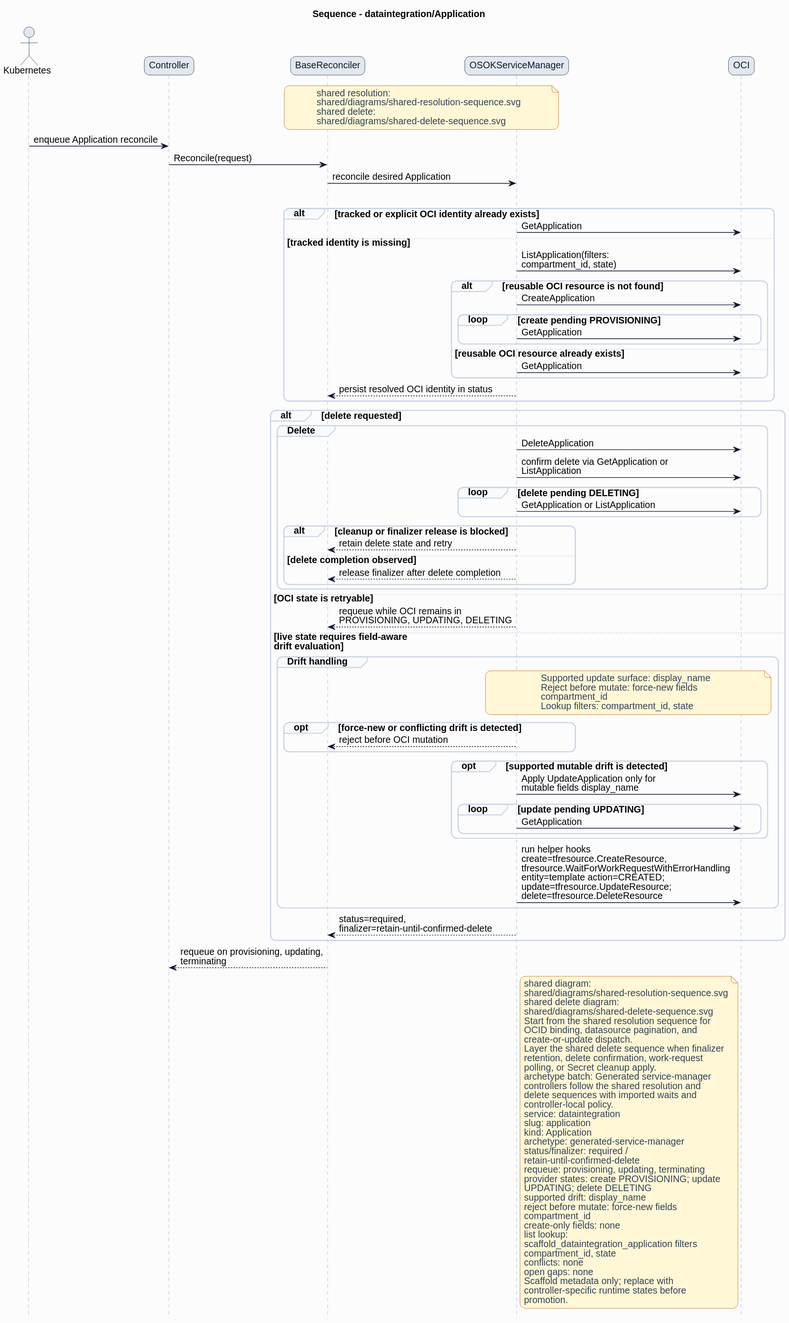
Above: formal/controllers/dataintegration/application/diagrams/sequence.svg in HaoyL666/oci-service-operator (PlantUML), before the change. Source of this version:
```plantuml
@startuml
skinparam shadowing false
skinparam backgroundColor #fcfcfd
skinparam defaultFontName Helvetica
skinparam defaultFontSize 14
skinparam arrowColor #0f172a
skinparam noteBackgroundColor #fff7d6
skinparam noteBorderColor #b45309
skinparam noteFontColor #334155
skinparam roundcorner 16
title Sequence - dataintegration/Application
hide footbox
skinparam sequence {
  actorBorderColor #0f172a
  actorBackgroundColor #e2e8f0
  participantBorderColor #0f172a
  participantBackgroundColor #e2e8f0
  participantFontColor #0f172a
  lifeLineBorderColor #94a3b8
  groupBorderColor #cbd5e1
  groupBackgroundColor #f8fafc
}
actor Kubernetes
participant Controller
participant BaseReconciler
participant "OSOKServiceManager" as ServiceManager
participant OCI
note over BaseReconciler,ServiceManager
shared resolution:
shared/diagrams/shared-resolution-sequence.svg
shared delete:
shared/diagrams/shared-delete-sequence.svg
end note
Kubernetes -> Controller: enqueue Application reconcile
Controller -> BaseReconciler: Reconcile(request)
BaseReconciler -> ServiceManager: reconcile desired Application
group Lookup and bind
alt tracked or explicit OCI identity already exists
ServiceManager -> OCI: GetApplication
else tracked identity is missing
ServiceManager -> OCI: ListApplication(filters:\ncompartment_id, state)
alt reusable OCI resource is not found
ServiceManager -> OCI: CreateApplication
loop create pending PROVISIONING
ServiceManager -> OCI: GetApplication
end
else reusable OCI resource already exists
ServiceManager -> OCI: GetApplication
end
ServiceManager --> BaseReconciler: persist resolved OCI identity in status
end
alt delete requested
group Delete
ServiceManager -> OCI: DeleteApplication
ServiceManager -> OCI: confirm delete via GetApplication or\nListApplication
loop delete pending DELETING
ServiceManager -> OCI: GetApplication or ListApplication
end
alt cleanup or finalizer release is blocked
ServiceManager --> BaseReconciler: retain delete state and retry
else delete completion observed
ServiceManager --> BaseReconciler: release finalizer after delete completion
end
end
else OCI state is retryable
ServiceManager --> BaseReconciler: requeue while OCI remains in\nPROVISIONING, UPDATING, DELETING
else live state requires field-aware\ndrift evaluation
group Drift handling
note over ServiceManager,OCI
Supported update surface: display_name
Reject before mutate: force-new fields
compartment_id
Lookup filters: compartment_id, state
end note
opt force-new or conflicting drift is detected
ServiceManager --> BaseReconciler: reject before OCI mutation
end
opt supported mutable drift is detected
ServiceManager -> OCI: Apply UpdateApplication only for\nmutable fields display_name
loop update pending UPDATING
ServiceManager -> OCI: GetApplication
end
end
ServiceManager -> OCI: run helper hooks\ncreate=tfresource.CreateResource,\ntfresource.WaitForWorkRequestWithErrorHandling\nentity=template action=CREATED;\nupdate=tfresource.UpdateResource;\ndelete=tfresource.DeleteResource
end
ServiceManager --> BaseReconciler: status=required,\nfinalizer=retain-until-confirmed-delete
end
BaseReconciler --> Controller: requeue on provisioning, updating,\nterminating
note right of ServiceManager
shared diagram:
shared/diagrams/shared-resolution-sequence.svg
shared delete diagram:
shared/diagrams/shared-delete-sequence.svg
Start from the shared resolution sequence for
OCID binding, datasource pagination, and
create-or-update dispatch.
Layer the shared delete sequence when finalizer
retention, delete confirmation, work-request
polling, or Secret cleanup apply.
archetype batch: Generated service-manager
controllers follow the shared resolution and
delete sequences with imported waits and
controller-local policy.
service: dataintegration
slug: application
kind: Application
archetype: generated-service-manager
status/finalizer: required /
retain-until-confirmed-delete
requeue: provisioning, updating, terminating
provider states: create PROVISIONING; update
UPDATING; delete DELETING
supported drift: display_name
reject before mutate: force-new fields
compartment_id
create-only fields: none
list lookup:
scaffold_dataintegration_application filters
compartment_id, state
conflicts: none
open gaps: none
Scaffold metadata only; replace with
controller-specific runtime states before
promotion.
end note
@enduml
```
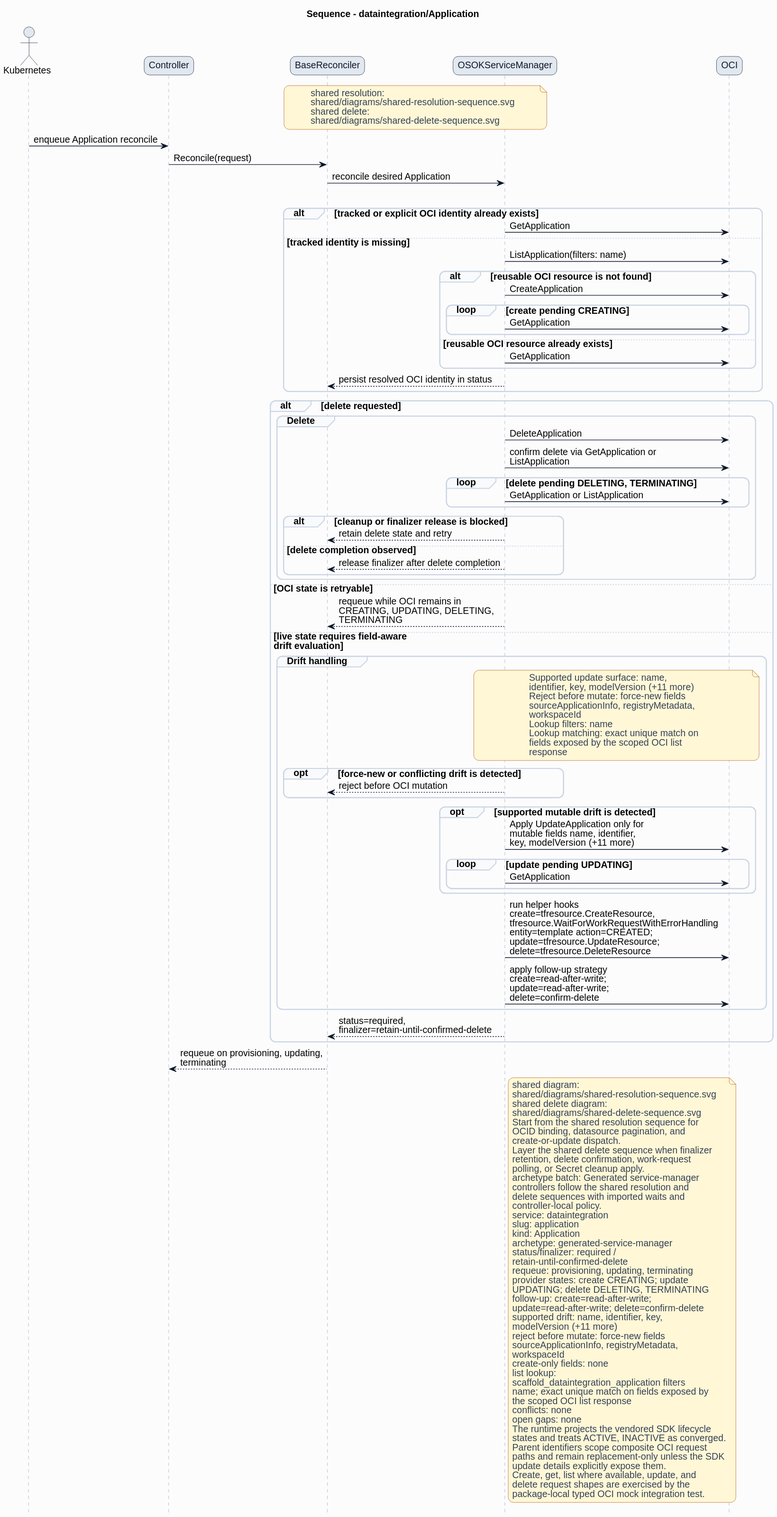
The same diagram one commit later.

Change to the diagram source:
```diff
@@ -38,10 +38,10 @@
 alt tracked or explicit OCI identity already exists
 ServiceManager -> OCI: GetApplication
 else tracked identity is missing
-ServiceManager -> OCI: ListApplication(filters:\ncompartment_id, state)
+ServiceManager -> OCI: ListApplication(filters: name)
 alt reusable OCI resource is not found
 ServiceManager -> OCI: CreateApplication
-loop create pending PROVISIONING
+loop create pending CREATING
 ServiceManager -> OCI: GetApplication
 end
 else reusable OCI resource already exists
@@ -53,7 +53,7 @@
 group Delete
 ServiceManager -> OCI: DeleteApplication
 ServiceManager -> OCI: confirm delete via GetApplication or\nListApplication
-loop delete pending DELETING
+loop delete pending DELETING, TERMINATING
 ServiceManager -> OCI: GetApplication or ListApplication
 end
 alt cleanup or finalizer release is blocked
@@ -63,25 +63,31 @@
 end
 end
 else OCI state is retryable
-ServiceManager --> BaseReconciler: requeue while OCI remains in\nPROVISIONING, UPDATING, DELETING
+ServiceManager --> BaseReconciler: requeue while OCI remains in\nCREATING, UPDATING, DELETING,\nTERMINATING
 else live state requires field-aware\ndrift evaluation
 group Drift handling
 note over ServiceManager,OCI
-Supported update surface: display_name
+Supported update surface: name,
+identifier, key, modelVersion (+11 more)
 Reject before mutate: force-new fields
-compartment_id
-Lookup filters: compartment_id, state
+sourceApplicationInfo, registryMetadata,
+workspaceId
+Lookup filters: name
+Lookup matching: exact unique match on
+fields exposed by the scoped OCI list
+response
 end note
 opt force-new or conflicting drift is detected
 ServiceManager --> BaseReconciler: reject before OCI mutation
 end
 opt supported mutable drift is detected
-ServiceManager -> OCI: Apply UpdateApplication only for\nmutable fields display_name
+ServiceManager -> OCI: Apply UpdateApplication only for\nmutable fields name, identifier,\nkey, modelVersion (+11 more)
 loop update pending UPDATING
 ServiceManager -> OCI: GetApplication
 end
 end
 ServiceManager -> OCI: run helper hooks\ncreate=tfresource.CreateResource,\ntfresource.WaitForWorkRequestWithErrorHandling\nentity=template action=CREATED;\nupdate=tfresource.UpdateResource;\ndelete=tfresource.DeleteResource
+ServiceManager -> OCI: apply follow-up strategy\ncreate=read-after-write;\nupdate=read-after-write;\ndelete=confirm-delete
 end
 ServiceManager --> BaseReconciler: status=required,\nfinalizer=retain-until-confirmed-delete
 end
@@ -108,19 +114,29 @@
 status/finalizer: required /
 retain-until-confirmed-delete
 requeue: provisioning, updating, terminating
-provider states: create PROVISIONING; update
-UPDATING; delete DELETING
-supported drift: display_name
+provider states: create CREATING; update
+UPDATING; delete DELETING, TERMINATING
+follow-up: create=read-after-write;
+update=read-after-write; delete=confirm-delete
+supported drift: name, identifier, key,
+modelVersion (+11 more)
 reject before mutate: force-new fields
-compartment_id
+sourceApplicationInfo, registryMetadata,
+workspaceId
 create-only fields: none
 list lookup:
 scaffold_dataintegration_application filters
-compartment_id, state
+name; exact unique match on fields exposed by
+the scoped OCI list response
 conflicts: none
 open gaps: none
-Scaffold metadata only; replace with
-controller-specific runtime states before
-promotion.
+The runtime projects the vendored SDK lifecycle
+states and treats ACTIVE, INACTIVE as converged.
+Parent identifiers scope composite OCI request
+paths and remain replacement-only unless the SDK
+update details explicitly expose them.
+Create, get, list where available, update, and
+delete request shapes are exercised by the
+package-local typed OCI mock integration test.
 end note
 @enduml
```
